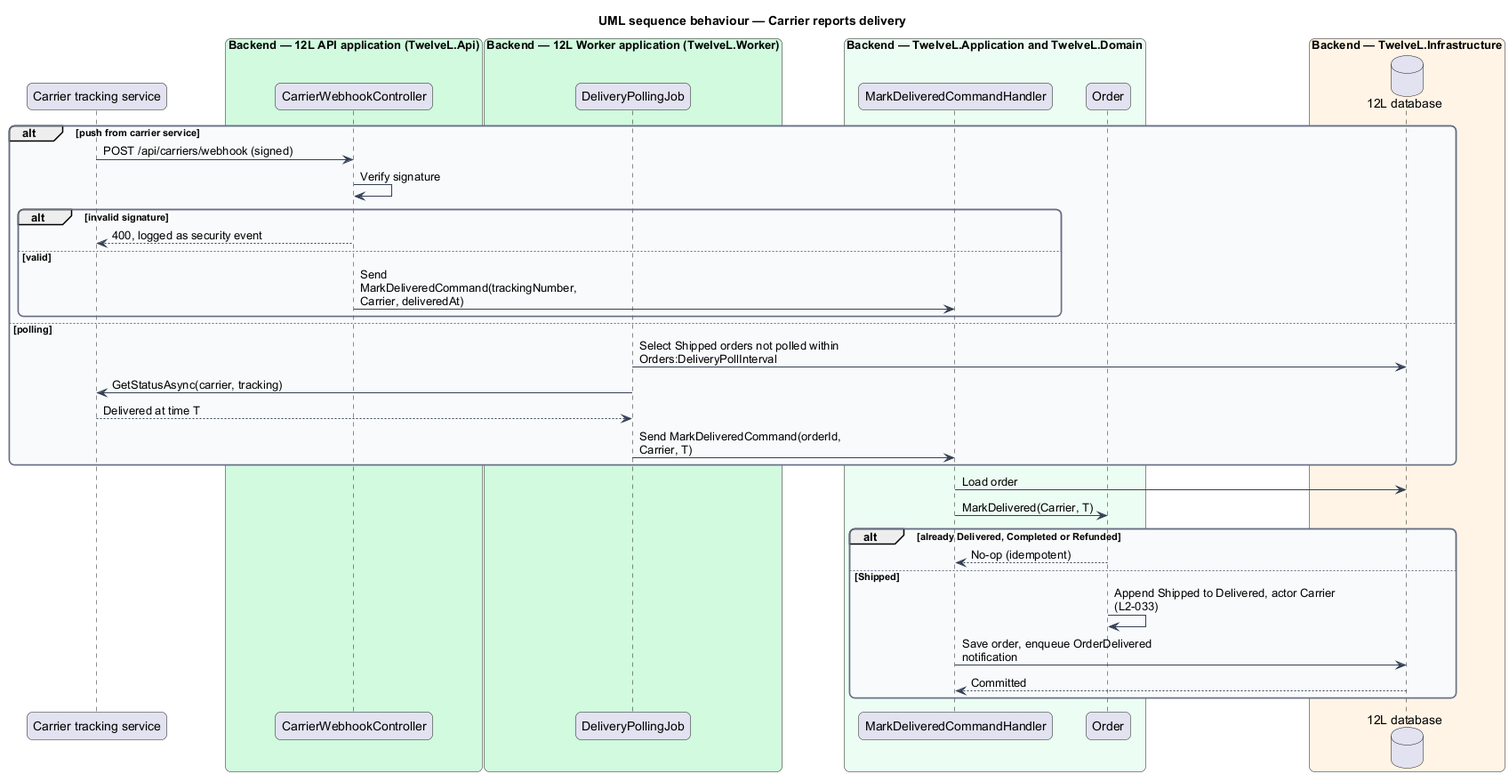
Before: docs/detailed-designs/orders/ship-order/diagrams/sequence-delivery.png, a diagram exported from PlantUML (QuinntyneBrown/12l). Source of this version:
```plantuml
@startuml
title UML sequence behaviour — Carrier reports delivery
skinparam backgroundColor #FFFFFF
skinparam shadowing false
skinparam roundcorner 12
skinparam defaultFontName Arial
skinparam ArrowColor #344054
skinparam rectangle {
  BorderColor #344054
  FontColor #101828
}
skinparam package {
  BorderColor #667085
  FontColor #101828
  BackgroundColor #F9FAFB
}
skinparam sequenceMessageAlign left
skinparam maxMessageSize 260
participant "Carrier tracking service" as carrier
box "Backend — 12L API application (TwelveL.Api)" #D1FADF
  participant "CarrierWebhookController" as cwh
end box
box "Backend — 12L Worker application (TwelveL.Worker)" #D1FADF
  participant "DeliveryPollingJob" as poll
end box
box "Backend — TwelveL.Application and TwelveL.Domain" #ECFDF3
  participant "MarkDeliveredCommandHandler" as h
  participant "Order" as order
end box
box "Backend — TwelveL.Infrastructure" #FFF4E5
  database "12L database" as db
end box
alt push from carrier service
  carrier -> cwh : POST /api/carriers/webhook (signed)
  cwh -> cwh : Verify signature
  alt invalid signature
    cwh --> carrier : 400, logged as security event
  else valid
    cwh -> h : Send MarkDeliveredCommand(trackingNumber, Carrier, deliveredAt)
  end
else polling
  poll -> db : Select Shipped orders not polled within Orders:DeliveryPollInterval
  poll -> carrier : GetStatusAsync(carrier, tracking)
  carrier --> poll : Delivered at time T
  poll -> h : Send MarkDeliveredCommand(orderId, Carrier, T)
end
h -> db : Load order
h -> order : MarkDelivered(Carrier, T)
alt already Delivered, Completed or Refunded
  order --> h : No-op (idempotent)
else Shipped
  order -> order : Append Shipped to Delivered, actor Carrier (L2-033)
  h -> db : Save order, enqueue OrderDelivered notification
  db --> h : Committed
end
@enduml
```
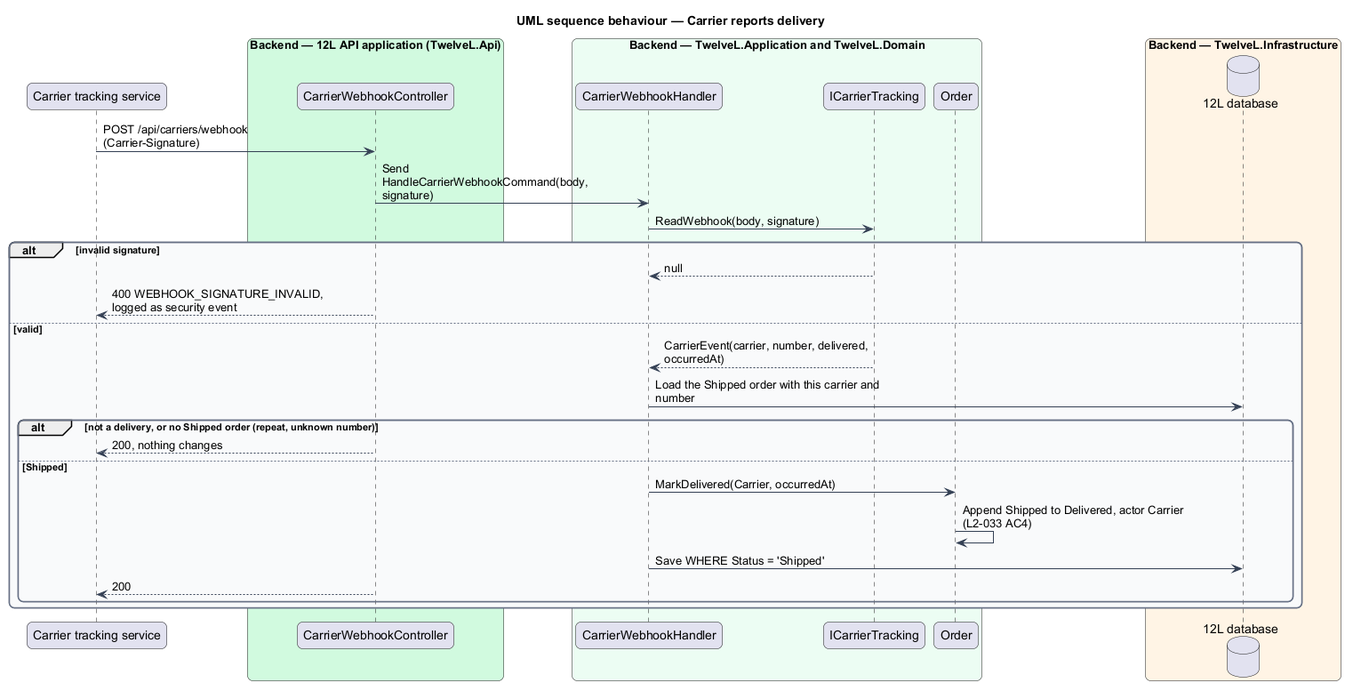
Above is the later version.

The edit, as a diff of the source:
```diff
@@ -20,37 +20,30 @@
 box "Backend — 12L API application (TwelveL.Api)" #D1FADF
   participant "CarrierWebhookController" as cwh
 end box
-box "Backend — 12L Worker application (TwelveL.Worker)" #D1FADF
-  participant "DeliveryPollingJob" as poll
-end box
 box "Backend — TwelveL.Application and TwelveL.Domain" #ECFDF3
-  participant "MarkDeliveredCommandHandler" as h
+  participant "CarrierWebhookHandler" as h
+  participant "ICarrierTracking" as port
   participant "Order" as order
 end box
 box "Backend — TwelveL.Infrastructure" #FFF4E5
   database "12L database" as db
 end box
-alt push from carrier service
-  carrier -> cwh : POST /api/carriers/webhook (signed)
-  cwh -> cwh : Verify signature
-  alt invalid signature
-    cwh --> carrier : 400, logged as security event
-  else valid
-    cwh -> h : Send MarkDeliveredCommand(trackingNumber, Carrier, deliveredAt)
+carrier -> cwh : POST /api/carriers/webhook (Carrier-Signature)
+cwh -> h : Send HandleCarrierWebhookCommand(body, signature)
+h -> port : ReadWebhook(body, signature)
+alt invalid signature
+  port --> h : null
+  cwh --> carrier : 400 WEBHOOK_SIGNATURE_INVALID, logged as security event
+else valid
+  port --> h : CarrierEvent(carrier, number, delivered, occurredAt)
+  h -> db : Load the Shipped order with this carrier and number
+  alt not a delivery, or no Shipped order (repeat, unknown number)
+    cwh --> carrier : 200, nothing changes
+  else Shipped
+    h -> order : MarkDelivered(Carrier, occurredAt)
+    order -> order : Append Shipped to Delivered, actor Carrier (L2-033 AC4)
+    h -> db : Save WHERE Status = 'Shipped'
+    cwh --> carrier : 200
   end
-else polling
-  poll -> db : Select Shipped orders not polled within Orders:DeliveryPollInterval
-  poll -> carrier : GetStatusAsync(carrier, tracking)
-  carrier --> poll : Delivered at time T
-  poll -> h : Send MarkDeliveredCommand(orderId, Carrier, T)
-end
-h -> db : Load order
-h -> order : MarkDelivered(Carrier, T)
-alt already Delivered, Completed or Refunded
-  order --> h : No-op (idempotent)
-else Shipped
-  order -> order : Append Shipped to Delivered, actor Carrier (L2-033)
-  h -> db : Save order, enqueue OrderDelivered notification
-  db --> h : Committed
 end
 @enduml
```
